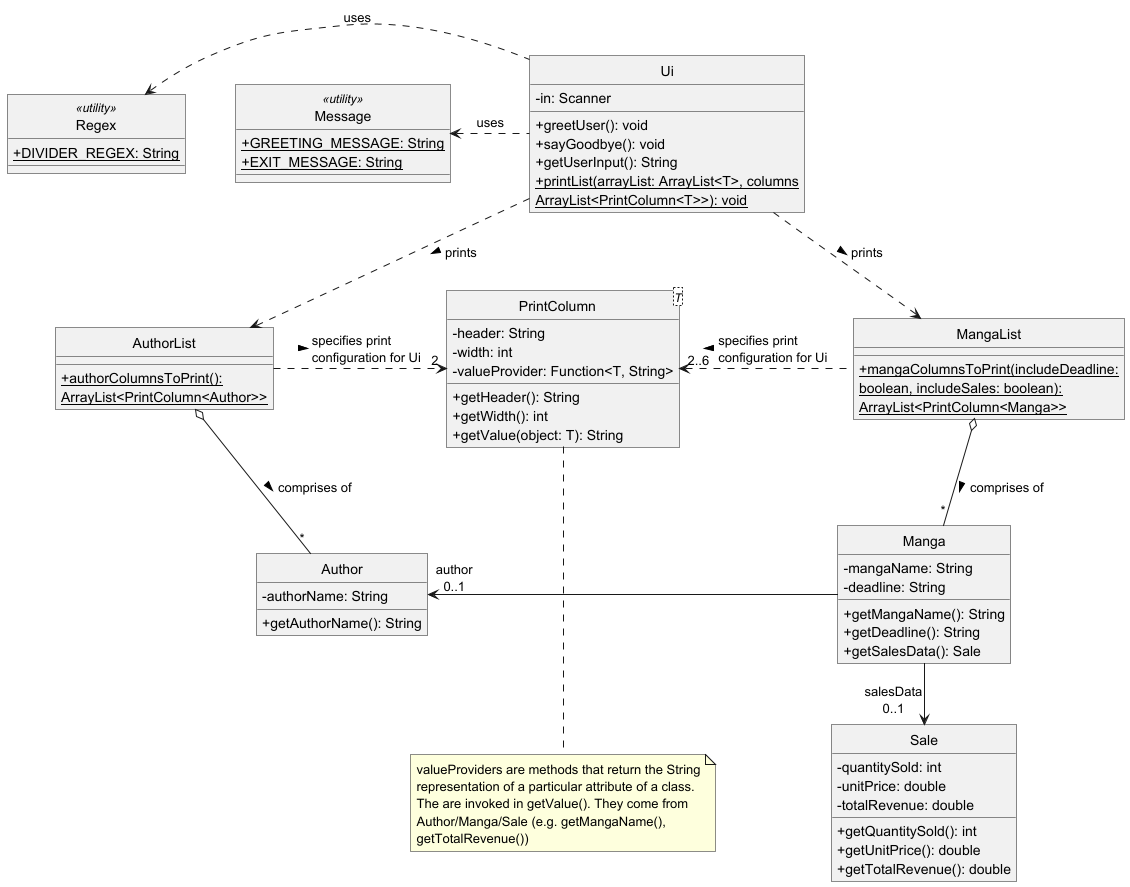
xenthm/tp keeps this PlantUML diagram as docs/uml/puml/UiClass/UiClass.png. Above is the earlier version.
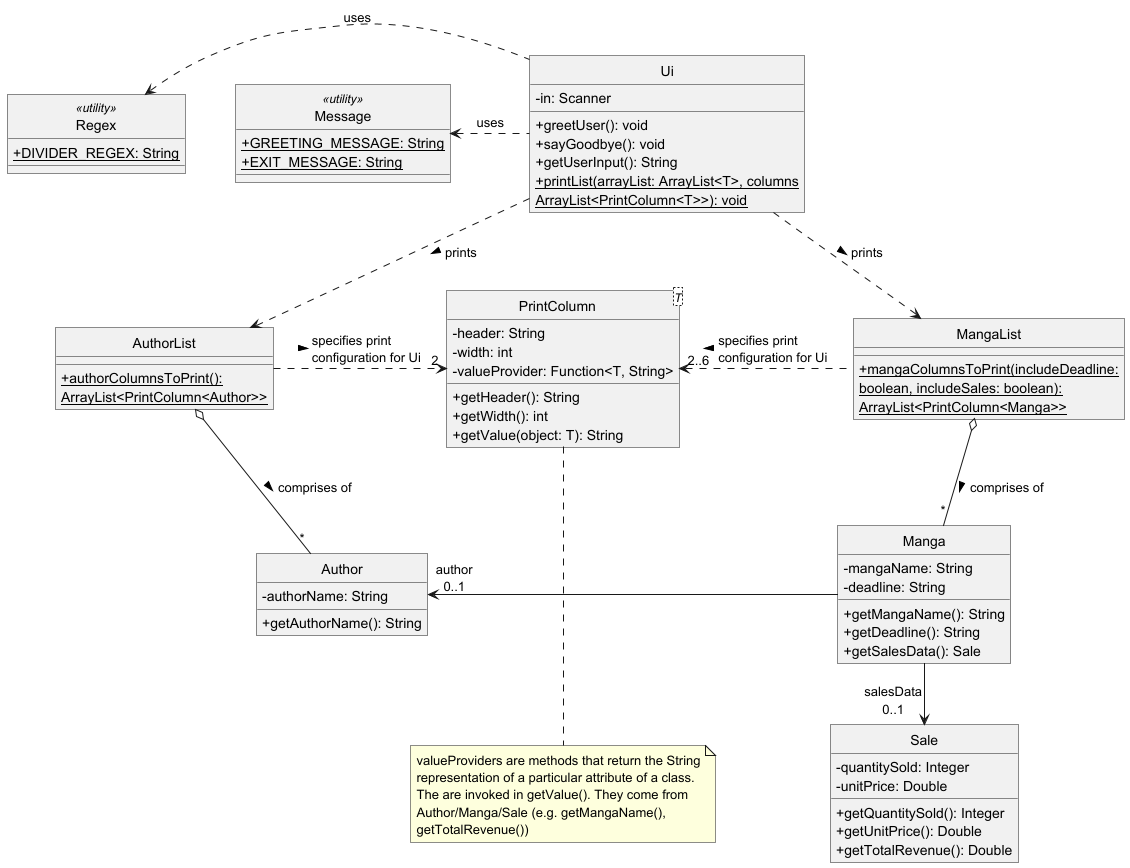
The same diagram one commit later.

Commit message:
Update UML diagrams to match new Sale class

What changed in the source:
```diff
@@ -42,12 +42,11 @@
 }
 
 class Sale {
-    - quantitySold: int
-    - unitPrice: double
-    - totalRevenue: double
-    + getQuantitySold(): int
-    + getUnitPrice(): double
-    + getTotalRevenue(): double
+    - quantitySold: Integer
+    - unitPrice: Double
+    + getQuantitySold(): Integer
+    + getUnitPrice(): Double
+    + getTotalRevenue(): Double
 }
 
 class PrintColumn<T> {
```
